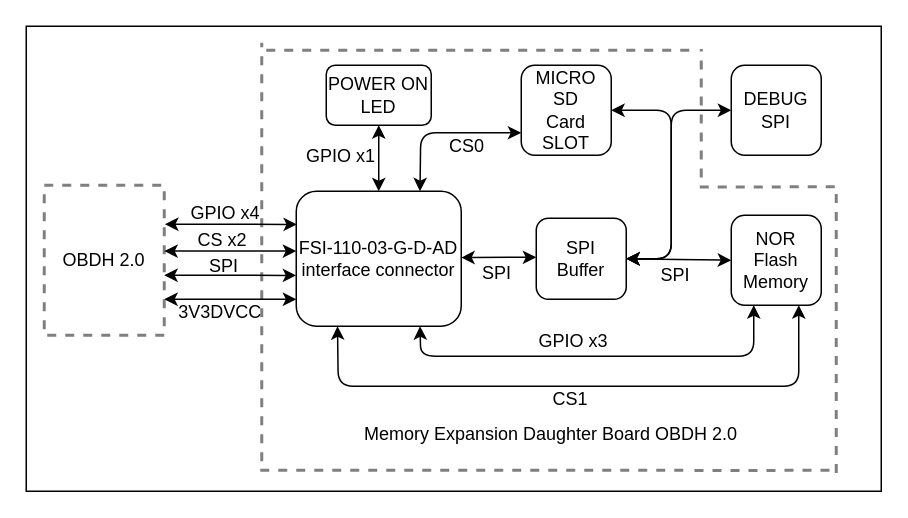
The draw.io diagram Memory_Expansion_Daughter_Board/hardware/Diagrams/Architecture_Memory_Expansion_DB.drawio in spacelab-ufsc/daughterboards, before the edit. Source tidied: cells renumbered, new cells numbered last; positions are measured from the earlier drawing's top-left corner, leaving out a move shared by most shapes. Both pictures are drawn from the tidied source at 150%, with x=0, y=0 at pixel (26, 26).
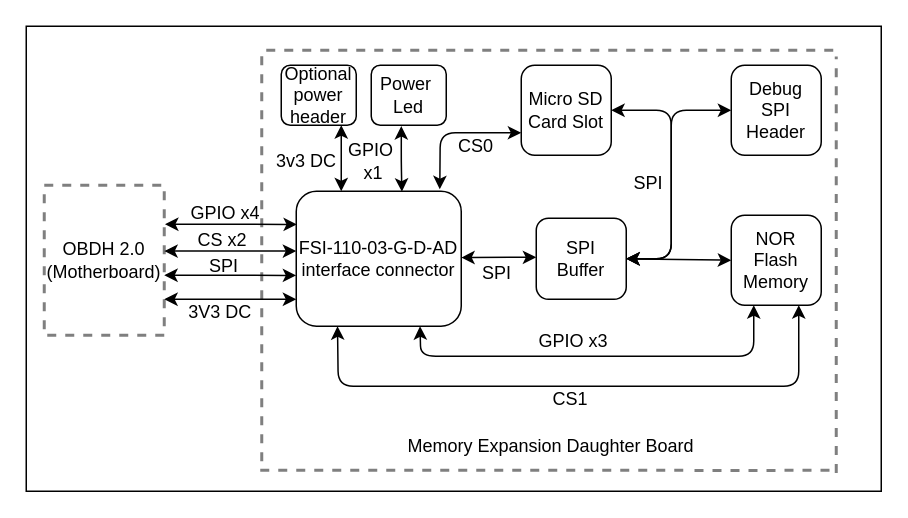
The same diagram, later.

Commit message (it also covers changes not shown here):
DB_Memory: doc: Updated block diagrams and PCB top and botton view images to revision 1.2

Unchanged cells that the change refers to:
```xml
<mxCell id="4" value="FSI-110-03-G-D-AD&lt;br&gt;interface connector" style="rounded=1;whiteSpace=wrap;html=1;" parent="1" vertex="1">
  <mxGeometry x="180" y="110" width="110" height="90" as="geometry" />
</mxCell>
```

Diff of the diagram source:
```diff
@@
-    <mxCell id="3" style="endArrow=classic;startArrow=classic;html=1;entryX=0.5;entryY=1;entryDx=0;entryDy=0;exitX=0.5;exitY=0;exitDx=0;exitDy=0;" parent="1" edge="1" source="4" target="18">
+    <mxCell id="3" style="endArrow=classic;startArrow=classic;html=1;exitX=0.64;exitY=0.003;exitDx=0;exitDy=0;exitPerimeter=0;entryX=0.401;entryY=1.014;entryDx=0;entryDy=0;entryPerimeter=0;" parent="1" edge="1" source="4" target="18">
       <mxGeometry relative="1" as="geometry">
         <Array as="points">
-          <mxPoint x="235" y="100" />
+          <mxPoint x="250" y="90" />
         </Array>
       </mxGeometry>
     </mxCell>
@@
-    <mxCell id="5" value="MICRO&lt;br&gt;SD&lt;br&gt;Card&lt;br&gt;SLOT" style="rounded=1;whiteSpace=wrap;html=1;" parent="1" vertex="1">
+    <mxCell id="5" value="Micro SD&lt;br&gt;Card Slot" style="rounded=1;whiteSpace=wrap;html=1;" parent="1" vertex="1">
       <mxGeometry x="330" y="26" width="60" height="60" as="geometry" />
     </mxCell>
@@
-    <mxCell id="10" value="Memory Expansion Daughter Board OBDH 2.0" style="text;html=1;strokeColor=none;fillColor=none;align=center;verticalAlign=middle;whiteSpace=wrap;rounded=0;" parent="1" vertex="1">
-      <mxGeometry x="200" y="262" width="300" height="20" as="geometry" />
+    <mxCell id="10" value="Memory Expansion Daughter Board" style="text;html=1;strokeColor=none;fillColor=none;align=center;verticalAlign=middle;whiteSpace=wrap;rounded=0;" parent="1" vertex="1">
+      <mxGeometry x="200" y="270" width="300" height="20" as="geometry" />
     </mxCell>
@@
     <mxCell id="14" value="SPI" style="text;html=1;strokeColor=none;fillColor=none;align=center;verticalAlign=middle;whiteSpace=wrap;rounded=0;dashed=1;opacity=50;rotation=0;" parent="1" vertex="1">
-      <mxGeometry x="413" y="156" width="40" height="20" as="geometry" />
+      <mxGeometry x="395.4" y="95" width="40" height="20" as="geometry" />
     </mxCell>
     <mxCell id="15" value="CS0" style="text;html=1;strokeColor=none;fillColor=none;align=center;verticalAlign=middle;whiteSpace=wrap;rounded=0;dashed=1;opacity=50;rotation=0;" parent="1" vertex="1">
-      <mxGeometry x="274" y="70" width="40" height="20" as="geometry" />
+      <mxGeometry x="280" y="70" width="40" height="20" as="geometry" />
     </mxCell>
@@
-    <mxCell id="18" value="POWER ON&lt;br&gt;LED" style="rounded=1;whiteSpace=wrap;html=1;" parent="1" vertex="1">
-      <mxGeometry x="200" y="26" width="70" height="40" as="geometry" />
+    <mxCell id="18" value="Power&amp;nbsp;&lt;br&gt;Led" style="rounded=1;whiteSpace=wrap;html=1;" parent="1" vertex="1">
+      <mxGeometry x="230" y="26" width="50" height="40" as="geometry" />
     </mxCell>
-    <mxCell id="19" value="GPIO x1" style="text;html=1;strokeColor=none;fillColor=none;align=center;verticalAlign=middle;whiteSpace=wrap;rounded=0;dashed=1;opacity=50;rotation=0;" parent="1" vertex="1">
-      <mxGeometry x="180" y="77" width="60" height="20" as="geometry" />
+    <mxCell id="19" value="GPIO&lt;br&gt;&amp;nbsp;x1" style="text;html=1;strokeColor=none;fillColor=none;align=center;verticalAlign=middle;whiteSpace=wrap;rounded=0;dashed=1;opacity=50;rotation=0;" parent="1" vertex="1">
+      <mxGeometry x="200" y="80" width="60" height="20" as="geometry" />
     </mxCell>
@@
-    <mxCell id="21" style="endArrow=classic;startArrow=classic;html=1;exitX=0.75;exitY=0;exitDx=0;exitDy=0;entryX=0;entryY=0.75;entryDx=0;entryDy=0;" parent="1" edge="1" source="4" target="5">
+    <mxCell id="21" style="endArrow=classic;startArrow=classic;html=1;exitX=0.87;exitY=-0.015;exitDx=0;exitDy=0;entryX=0;entryY=0.75;entryDx=0;entryDy=0;exitPerimeter=0;" parent="1" edge="1" source="4" target="5">
       <mxGeometry relative="1" as="geometry">
         <Array as="points">
-          <mxPoint x="263" y="71" />
+          <mxPoint x="276" y="71" />
         </Array>
       </mxGeometry>
     </mxCell>
@@
-    <mxCell id="25" value="3V3DVCC" style="text;html=1;strokeColor=none;fillColor=none;align=center;verticalAlign=middle;whiteSpace=wrap;rounded=0;dashed=1;opacity=50;rotation=0;" parent="1" vertex="1">
+    <mxCell id="25" value="3V3 DC" style="text;html=1;strokeColor=none;fillColor=none;align=center;verticalAlign=middle;whiteSpace=wrap;rounded=0;dashed=1;opacity=50;rotation=0;" parent="1" vertex="1">
       <mxGeometry x="102" y="181" width="55" height="20" as="geometry" />
     </mxCell>
@@
-    <mxCell id="27" value="OBDH 2.0" style="rounded=0;whiteSpace=wrap;html=1;dashed=1;strokeWidth=2;opacity=50;" parent="1" vertex="1">
+    <mxCell id="27" value="OBDH 2.0&lt;br&gt;(Motherboard)" style="rounded=0;whiteSpace=wrap;html=1;dashed=1;strokeWidth=2;opacity=50;" parent="1" vertex="1">
       <mxGeometry x="12" y="106" width="80" height="100" as="geometry" />
     </mxCell>
@@
-    <mxCell id="31" value="&lt;div&gt;DEBUG&lt;/div&gt;&lt;div&gt;SPI&lt;br&gt;&lt;/div&gt;" style="rounded=1;whiteSpace=wrap;html=1;" parent="1" vertex="1">
+    <mxCell id="31" value="&lt;div&gt;Debug&lt;/div&gt;&lt;div&gt;SPI&lt;br&gt;Header&lt;/div&gt;" style="rounded=1;whiteSpace=wrap;html=1;" parent="1" vertex="1">
       <mxGeometry x="470" y="26" width="60" height="60" as="geometry" />
     </mxCell>
@@
     <mxCell id="33" style="endArrow=none;dashed=1;html=1;strokeWidth=2;opacity=50;" parent="1" edge="1">
       <mxGeometry relative="1" as="geometry">
         <mxPoint x="157" y="290" as="sourcePoint" />
-        <mxPoint x="157" y="11" as="targetPoint" />
+        <mxPoint x="157" y="20" as="targetPoint" />
       </mxGeometry>
     </mxCell>
     <mxCell id="34" style="endArrow=none;dashed=1;html=1;strokeWidth=2;opacity=50;" parent="1" edge="1">
       <mxGeometry relative="1" as="geometry">
         <mxPoint x="160" y="16" as="sourcePoint" />
-        <mxPoint x="445" y="16" as="targetPoint" />
+        <mxPoint x="540" y="16" as="targetPoint" />
       </mxGeometry>
     </mxCell>
@@
-    <mxCell id="38" style="endArrow=none;dashed=1;html=1;strokeWidth=2;opacity=50;" parent="1" edge="1">
-      <mxGeometry relative="1" as="geometry">
-        <mxPoint x="449" y="107.2" as="sourcePoint" />
-        <mxPoint x="544" y="107" as="targetPoint" />
-      </mxGeometry>
-    </mxCell>
     <mxCell id="39" style="endArrow=none;dashed=1;html=1;strokeWidth=2;opacity=50;" parent="1" edge="1">
       <mxGeometry relative="1" as="geometry">
-        <mxPoint x="450" y="100.9" as="sourcePoint" />
-        <mxPoint x="450" y="15.1" as="targetPoint" />
+        <mxPoint x="540" y="106" as="sourcePoint" />
+        <mxPoint x="540" y="20.2" as="targetPoint" />
       </mxGeometry>
     </mxCell>
+    <mxCell id="40" style="endArrow=classic;startArrow=classic;html=1;exitX=0.5;exitY=0;exitDx=0;exitDy=0;" parent="1" edge="1">
+      <mxGeometry relative="1" as="geometry">
+        <mxPoint x="210" y="110" as="sourcePoint" />
+        <mxPoint x="210" y="66" as="targetPoint" />
+        <Array as="points">
+          <mxPoint x="210" y="100" />
+        </Array>
+      </mxGeometry>
+    </mxCell>
+    <mxCell id="41" value="Optional power header" style="rounded=1;whiteSpace=wrap;html=1;" parent="1" vertex="1">
+      <mxGeometry x="170" y="26" width="50" height="40" as="geometry" />
+    </mxCell>
+    <mxCell id="42" value="3v3 DC" style="text;html=1;strokeColor=none;fillColor=none;align=center;verticalAlign=middle;whiteSpace=wrap;rounded=0;dashed=1;opacity=50;rotation=0;" parent="1" vertex="1">
+      <mxGeometry x="157" y="80" width="60" height="20" as="geometry" />
+    </mxCell>
```
